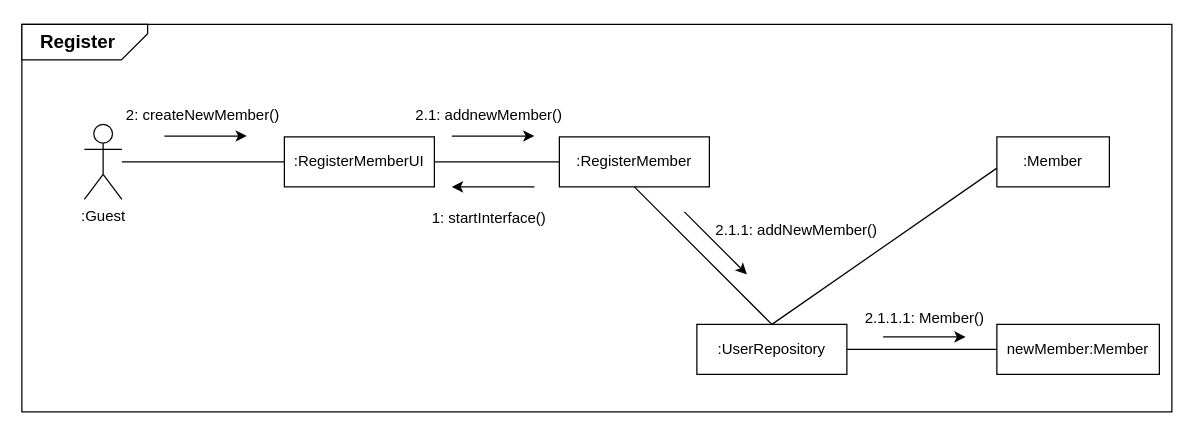
MODUGGAGI/homework keeps this draw.io diagram as Register_Communication_Diagram.drawio. Above is the earlier version. Source tidied: cells renumbered, new cells numbered last; positions are measured from the earlier drawing's top-left corner, leaving out a move shared by most shapes. Both pictures are drawn from the tidied source at 125%, with x=0, y=0 at pixel (21, -21).
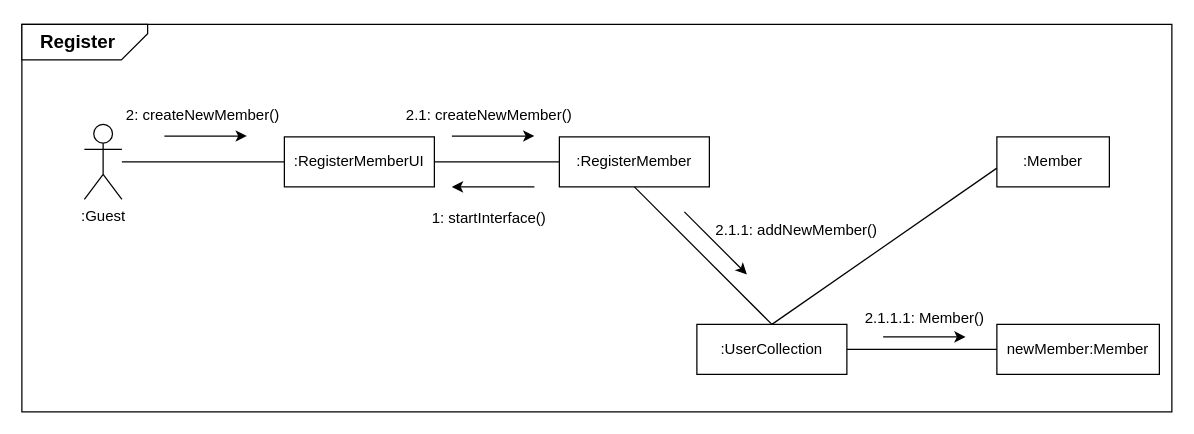
After the change.

Commit message (it also covers changes not shown here):
Communication Diagram 및 Analysis Diagram 추가

What changed in the source:
```diff
@@
-    <mxCell id="22" value="2.1: addnewMember()" style="text;html=1;align=center;verticalAlign=middle;whiteSpace=wrap;rounded=0;" parent="1" vertex="1">
+    <mxCell id="22" value="2.1: createNewMember()" style="text;html=1;align=center;verticalAlign=middle;whiteSpace=wrap;rounded=0;" parent="1" vertex="1">
       <mxGeometry x="301" y="94" width="146" height="30" as="geometry" />
     </mxCell>
@@
-    <mxCell id="24" value=":UserRepository" style="rounded=0;whiteSpace=wrap;html=1;" parent="1" vertex="1">
+    <mxCell id="24" value=":UserCollection" style="rounded=0;whiteSpace=wrap;html=1;" parent="1" vertex="1">
       <mxGeometry x="540" y="276" width="120" height="40" as="geometry" />
     </mxCell>
```
